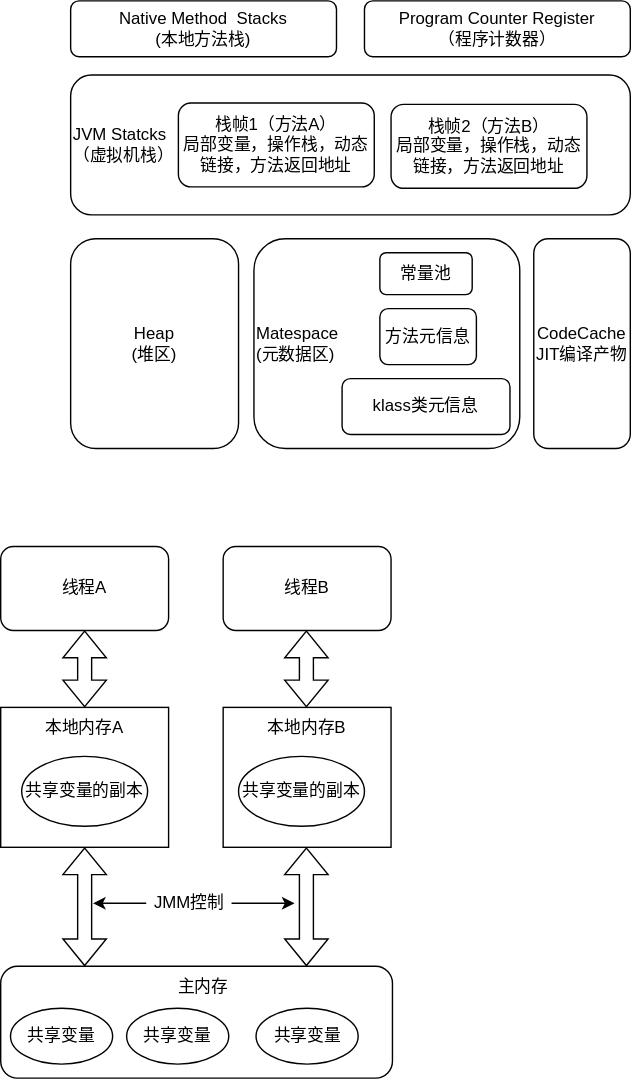
Above: JMM.drawio.svg in Passion-Logan/drawio (draw.io), before the change. Source tidied: cells renumbered, new cells last; positions are measured from the earlier drawing's top-left corner, leaving out a move shared by most shapes.
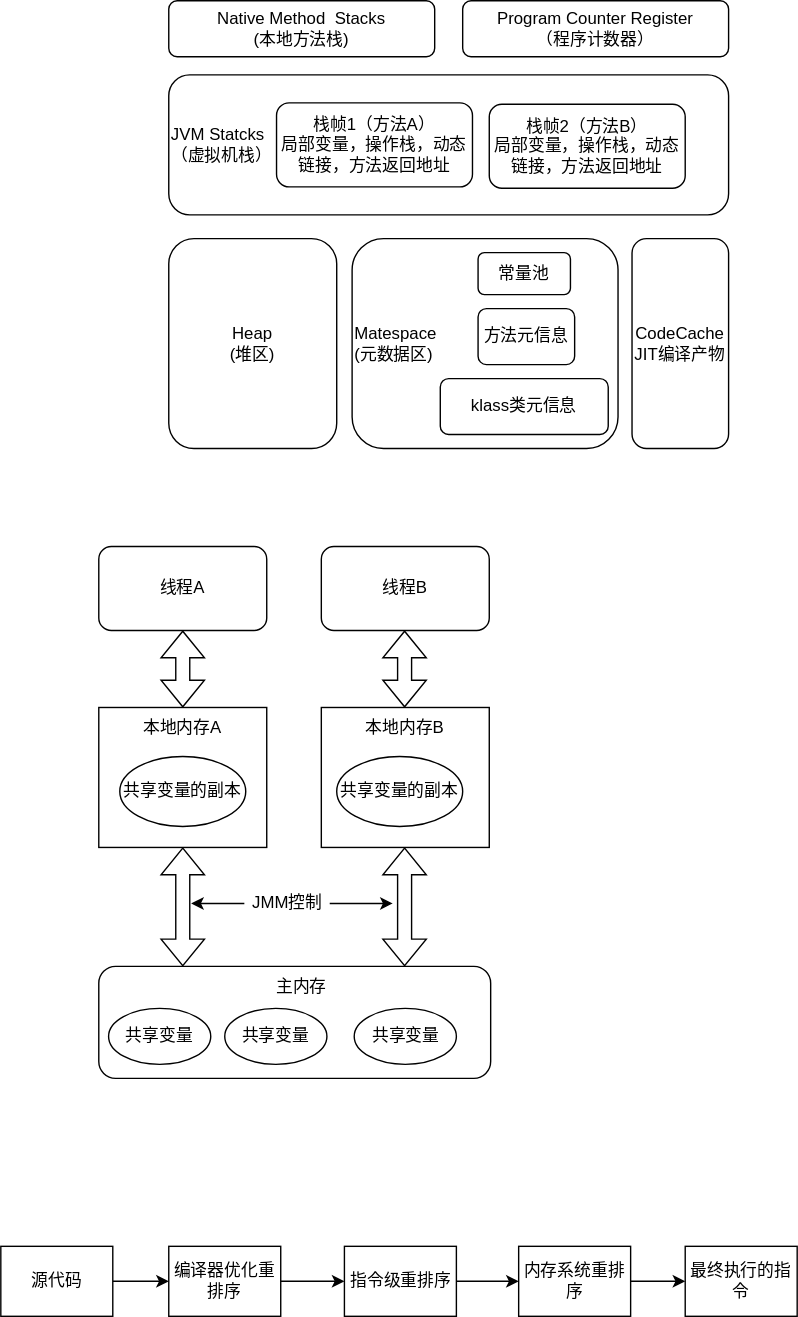
After the commit.

The edit, as a diff of the source:
```diff
@@ -108,5 +108,32 @@
     <mxCell id="32" value="主内存" style="text;html=1;strokeColor=none;fillColor=none;align=center;verticalAlign=middle;whiteSpace=wrap;rounded=0;" parent="1" vertex="1">
       <mxGeometry x="115" y="690" width="60" height="30" as="geometry" />
     </mxCell>
+    <mxCell id="33" style="edgeStyle=orthogonalEdgeStyle;rounded=0;jettySize=auto;html=1;" parent="1" edge="1" source="34" target="36">
+      <mxGeometry relative="1" as="geometry" />
+    </mxCell>
+    <mxCell id="34" value="源代码" style="rounded=0;whiteSpace=wrap;html=1;" parent="1" vertex="1">
+      <mxGeometry x="-70" y="890" width="80" height="50" as="geometry" />
+    </mxCell>
+    <mxCell id="35" style="edgeStyle=orthogonalEdgeStyle;rounded=0;jettySize=auto;html=1;" parent="1" edge="1" source="36" target="39">
+      <mxGeometry relative="1" as="geometry" />
+    </mxCell>
+    <mxCell id="36" value="编译器优化重排序" style="rounded=0;whiteSpace=wrap;html=1;" parent="1" vertex="1">
+      <mxGeometry x="50" y="890" width="80" height="50" as="geometry" />
+    </mxCell>
+    <mxCell id="37" value="最终执行的指令" style="rounded=0;whiteSpace=wrap;html=1;" parent="1" vertex="1">
+      <mxGeometry x="419" y="890" width="80" height="50" as="geometry" />
+    </mxCell>
+    <mxCell id="38" style="edgeStyle=orthogonalEdgeStyle;rounded=0;jettySize=auto;html=1;" parent="1" edge="1" source="39" target="41">
+      <mxGeometry relative="1" as="geometry" />
+    </mxCell>
+    <mxCell id="39" value="指令级重排序" style="rounded=0;whiteSpace=wrap;html=1;" parent="1" vertex="1">
+      <mxGeometry x="175.5" y="890" width="80" height="50" as="geometry" />
+    </mxCell>
+    <mxCell id="40" style="edgeStyle=orthogonalEdgeStyle;rounded=0;jettySize=auto;html=1;" parent="1" edge="1" source="41" target="37">
+      <mxGeometry relative="1" as="geometry" />
+    </mxCell>
+    <mxCell id="41" value="内存系统重排序" style="rounded=0;whiteSpace=wrap;html=1;" parent="1" vertex="1">
+      <mxGeometry x="300" y="890" width="80" height="50" as="geometry" />
+    </mxCell>
   </root>
 </mxGraphModel>
```
